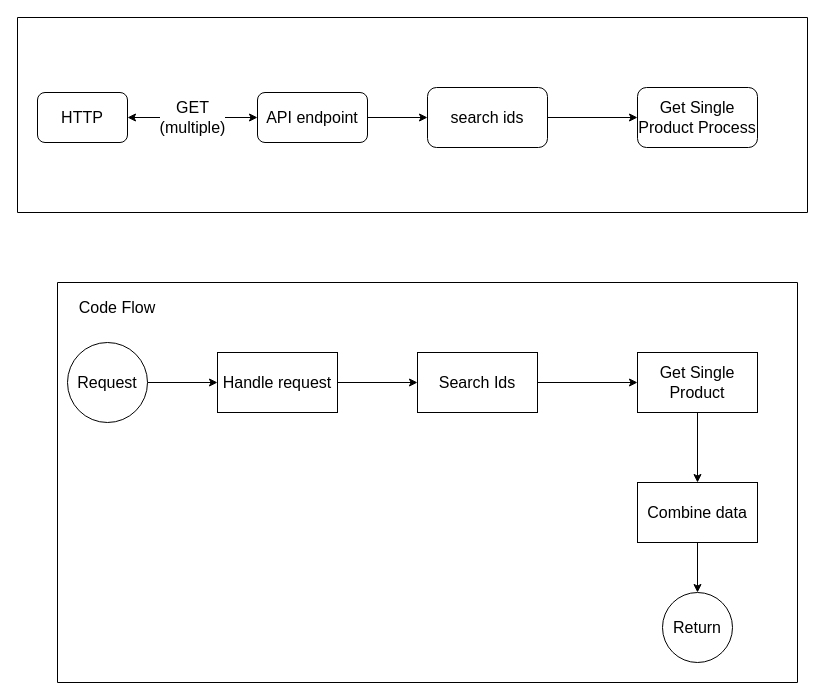
Before: page "multiple product" (3 of 3) of architecture-ecommerce.drawio in shifuvn/diagram, a draw.io diagram. Source tidied: cells renumbered, new cells numbered last; positions are measured from the earlier drawing's top-left corner, leaving out a move shared by most shapes. Both pictures are drawn from the tidied source at 100%, with x=0, y=0 at pixel (17, 17).
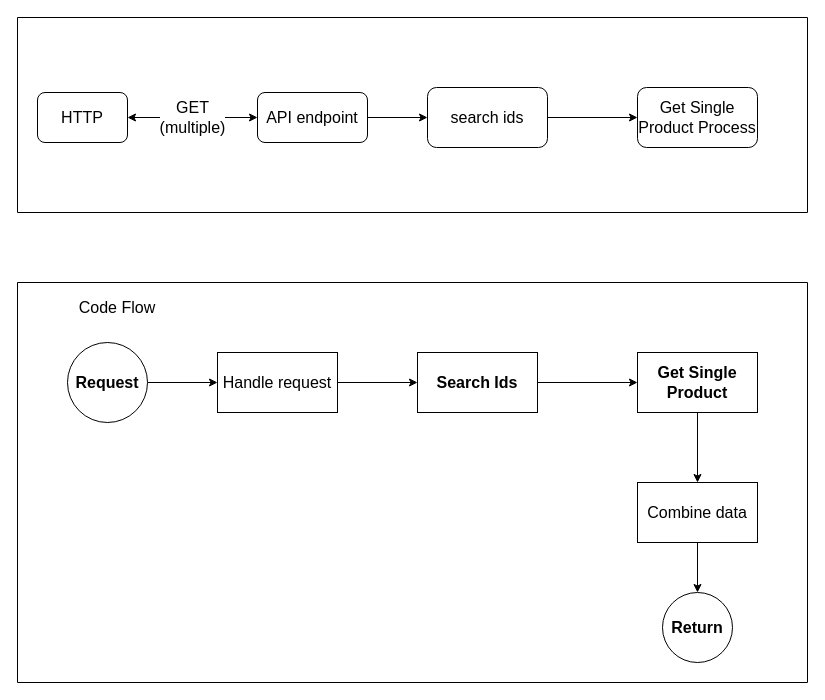
Above is the later version.

The edit, as a diff of the source:
```diff
@@
-    <mxCell id="12" value="Request" style="ellipse;whiteSpace=wrap;html=1;fontSize=16;" parent="1" vertex="1">
+    <mxCell id="12" value="&lt;b&gt;Request&lt;/b&gt;" style="ellipse;whiteSpace=wrap;html=1;fontSize=16;" parent="1" vertex="1">
       <mxGeometry x="50" y="325" width="80" height="80" as="geometry" />
     </mxCell>
@@
-    <mxCell id="16" value="Search Ids" style="rounded=0;whiteSpace=wrap;html=1;fontSize=16;" parent="1" vertex="1">
+    <mxCell id="16" value="&lt;b&gt;Search Ids&lt;/b&gt;" style="rounded=0;whiteSpace=wrap;html=1;fontSize=16;" parent="1" vertex="1">
       <mxGeometry x="400" y="335" width="120" height="60" as="geometry" />
     </mxCell>
@@
-    <mxCell id="18" value="Get Single Product" style="rounded=0;whiteSpace=wrap;html=1;fontSize=16;" parent="1" vertex="1">
+    <mxCell id="18" value="&lt;b&gt;Get Single Product&lt;/b&gt;" style="rounded=0;whiteSpace=wrap;html=1;fontSize=16;" parent="1" vertex="1">
       <mxGeometry x="620" y="335" width="120" height="60" as="geometry" />
     </mxCell>
@@
-    <mxCell id="21" value="Return" style="ellipse;whiteSpace=wrap;html=1;fontSize=16;" parent="1" vertex="1">
+    <mxCell id="21" value="&lt;b&gt;Return&lt;/b&gt;" style="ellipse;whiteSpace=wrap;html=1;fontSize=16;" parent="1" vertex="1">
       <mxGeometry x="645" y="575" width="70" height="70" as="geometry" />
     </mxCell>
     <mxCell id="22" style="swimlane;startSize=0;fontSize=16;" parent="1" vertex="1">
-      <mxGeometry x="40" y="265" width="740" height="400" as="geometry" />
+      <mxGeometry y="265" width="790" height="400" as="geometry" />
     </mxCell>
```
